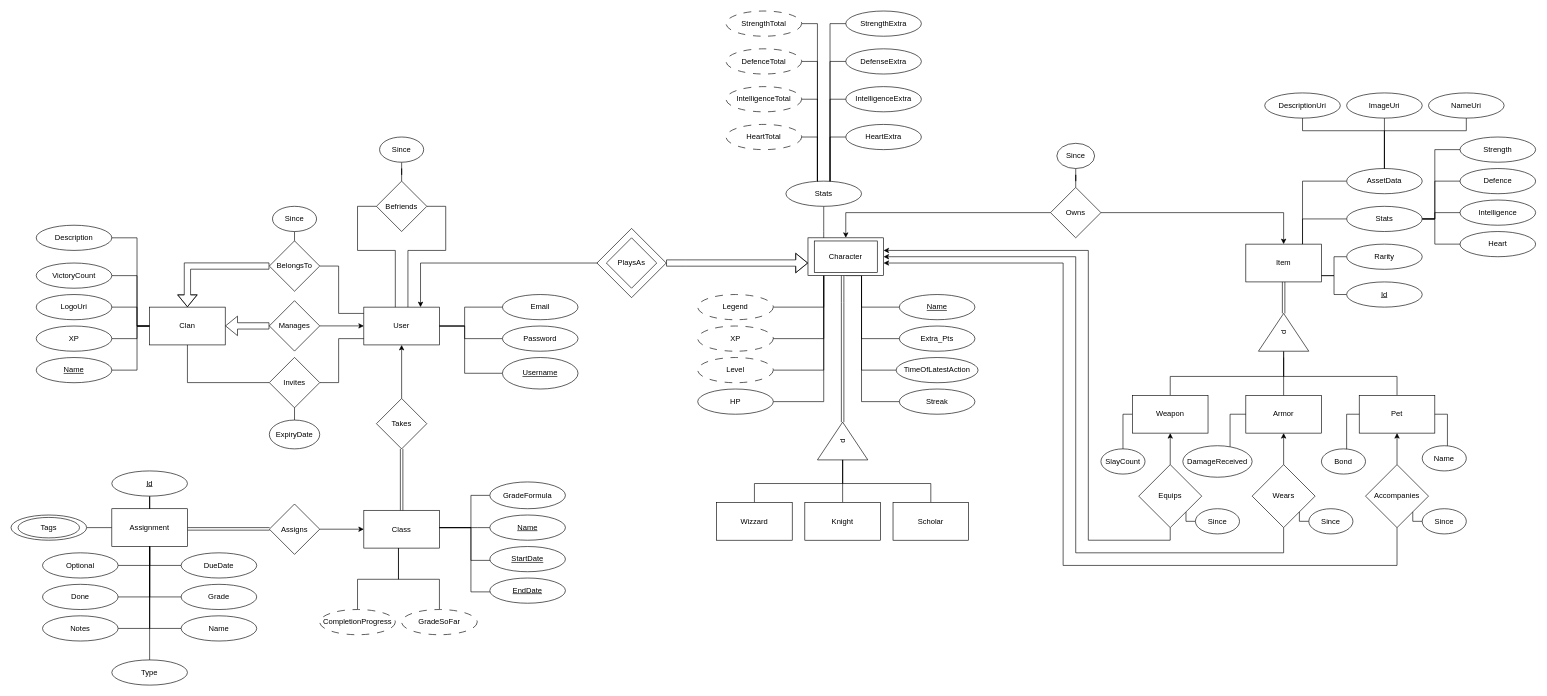
srp-mx/equipo-4-ing-sw keeps this draw.io diagram as page "EntidadRelacion" (1 of 2) of .repo/EntidadRelacion/EntidadRelaciónEstudiantica.drawio. Above is the earlier version. Source tidied: cells renumbered, new cells numbered last; positions are measured from the earlier drawing's top-left corner, leaving out a move shared by most shapes. Both pictures are drawn from the tidied source at 63%, with x=0, y=0 at pixel (11, 11).
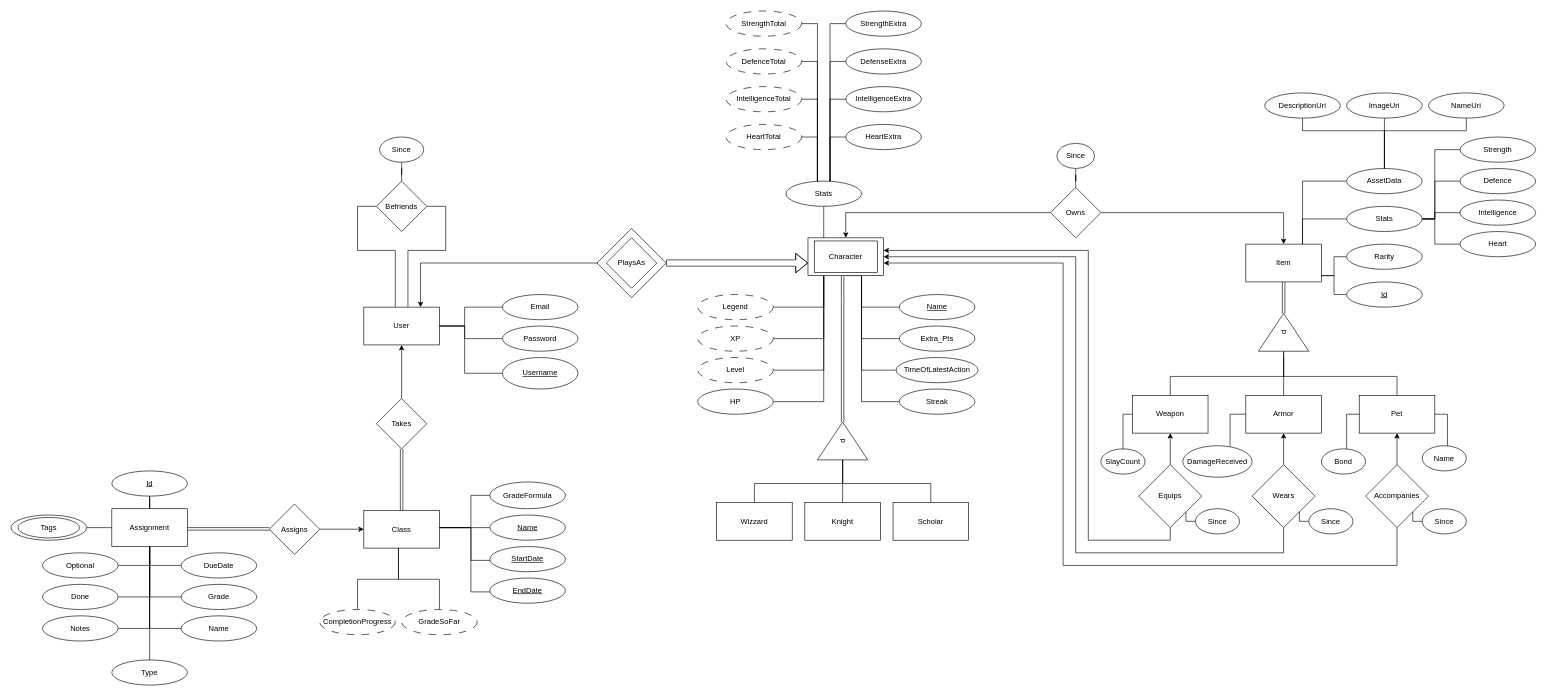
The same diagram, later.

The change refers to these unchanged cells:
```xml
<mxCell id="2" value="User" style="rounded=0;whiteSpace=wrap;html=1;" parent="1" vertex="1">
  <mxGeometry x="560" y="470" width="120" height="60" as="geometry" />
</mxCell>
```

The edit, as a diff of the source:
```diff
@@
-    <mxCell id="14" style="edgeStyle=orthogonalEdgeStyle;rounded=0;jettySize=auto;html=1;endArrow=none;startFill=0;" parent="1" edge="1" source="17" target="63">
-      <mxGeometry relative="1" as="geometry">
-        <Array as="points">
-          <mxPoint x="200" y="500" />
-          <mxPoint x="200" y="570" />
-        </Array>
-      </mxGeometry>
-    </mxCell>
-    <mxCell id="15" style="edgeStyle=orthogonalEdgeStyle;rounded=0;jettySize=auto;html=1;endArrow=none;startFill=0;" parent="1" edge="1" source="17" target="108">
-      <mxGeometry relative="1" as="geometry">
-        <Array as="points">
-          <mxPoint x="200" y="500" />
-          <mxPoint x="200" y="470" />
-        </Array>
-      </mxGeometry>
-    </mxCell>
-    <mxCell id="16" style="edgeStyle=orthogonalEdgeStyle;rounded=0;jettySize=auto;html=1;endArrow=none;startFill=0;" parent="1" edge="1" source="17" target="109">
-      <mxGeometry relative="1" as="geometry">
-        <Array as="points">
-          <mxPoint x="200" y="500" />
-          <mxPoint x="200" y="420" />
-        </Array>
-      </mxGeometry>
-    </mxCell>
-    <mxCell id="17" value="Clan" style="rounded=0;whiteSpace=wrap;html=1;" parent="1" vertex="1">
-      <mxGeometry x="220" y="470" width="120" height="60" as="geometry" />
-    </mxCell>
@@
-    <mxCell id="63" value="&lt;u&gt;Name&lt;/u&gt;" style="ellipse;whiteSpace=wrap;html=1;" parent="1" vertex="1">
-      <mxGeometry x="40" y="550" width="120" height="40" as="geometry" />
-    </mxCell>
-    <mxCell id="64" style="edgeStyle=orthogonalEdgeStyle;rounded=0;jettySize=auto;html=1;endArrow=none;startFill=0;" parent="1" edge="1" source="65" target="17">
-      <mxGeometry relative="1" as="geometry">
-        <Array as="points">
-          <mxPoint x="200" y="520" />
-          <mxPoint x="200" y="500" />
-        </Array>
-      </mxGeometry>
-    </mxCell>
-    <mxCell id="65" value="XP" style="ellipse;whiteSpace=wrap;html=1;" parent="1" vertex="1">
-      <mxGeometry x="40" y="500" width="120" height="40" as="geometry" />
-    </mxCell>
@@
-    <mxCell id="108" value="LogoUri" style="ellipse;whiteSpace=wrap;html=1;" parent="1" vertex="1">
-      <mxGeometry x="40" y="450" width="120" height="40" as="geometry" />
-    </mxCell>
-    <mxCell id="109" value="VictoryCount" style="ellipse;whiteSpace=wrap;html=1;" parent="1" vertex="1">
-      <mxGeometry x="40" y="400" width="120" height="40" as="geometry" />
-    </mxCell>
@@
-    <mxCell id="119" style="edgeStyle=orthogonalEdgeStyle;rounded=0;jettySize=auto;html=1;shape=flexArrow;" parent="1" edge="1" source="122" target="17">
-      <mxGeometry relative="1" as="geometry">
-        <Array as="points">
-          <mxPoint x="280" y="405" />
-        </Array>
-      </mxGeometry>
-    </mxCell>
-    <mxCell id="120" style="edgeStyle=orthogonalEdgeStyle;rounded=0;jettySize=auto;html=1;endArrow=none;startFill=0;" parent="1" edge="1" source="122" target="2">
-      <mxGeometry relative="1" as="geometry">
-        <Array as="points">
-          <mxPoint x="520" y="405" />
-          <mxPoint x="520" y="480" />
-        </Array>
-      </mxGeometry>
-    </mxCell>
-    <mxCell id="121" style="edgeStyle=orthogonalEdgeStyle;rounded=0;jettySize=auto;html=1;endArrow=none;endFill=0;" parent="1" edge="1" source="122" target="160">
-      <mxGeometry relative="1" as="geometry">
-        <Array as="points">
-          <mxPoint x="450" y="349.8" />
-          <mxPoint x="450" y="349.8" />
-        </Array>
-      </mxGeometry>
-    </mxCell>
-    <mxCell id="122" value="BelongsTo" style="rhombus;whiteSpace=wrap;html=1;" parent="1" vertex="1">
-      <mxGeometry x="410" y="364.8" width="80" height="80" as="geometry" />
-    </mxCell>
@@
-    <mxCell id="160" value="Since" style="ellipse;whiteSpace=wrap;html=1;" parent="1" vertex="1">
-      <mxGeometry x="415" y="310" width="70" height="40" as="geometry" />
-    </mxCell>
@@
-    <mxCell id="164" style="edgeStyle=orthogonalEdgeStyle;rounded=0;jettySize=auto;html=1;jumpStyle=arc;jumpSize=16;" parent="1" edge="1" source="165" target="2">
-      <mxGeometry relative="1" as="geometry">
-        <Array as="points">
-          <mxPoint x="540" y="500" />
-          <mxPoint x="540" y="500" />
-        </Array>
-      </mxGeometry>
-    </mxCell>
-    <mxCell id="165" value="Manages" style="rhombus;whiteSpace=wrap;html=1;" parent="1" vertex="1">
-      <mxGeometry x="410" y="459.8" width="80" height="80" as="geometry" />
-    </mxCell>
-    <mxCell id="166" style="edgeStyle=orthogonalEdgeStyle;rounded=0;jettySize=auto;html=1;shape=flexArrow;" parent="1" edge="1" source="165" target="17">
-      <mxGeometry relative="1" as="geometry">
-        <Array as="points">
-          <mxPoint x="320" y="500" />
-        </Array>
-      </mxGeometry>
-    </mxCell>
@@
-    <mxCell id="170" style="edgeStyle=orthogonalEdgeStyle;rounded=0;jettySize=auto;html=1;endArrow=none;endFill=0;" parent="1" edge="1" source="172" target="2">
-      <mxGeometry relative="1" as="geometry">
-        <Array as="points">
-          <mxPoint x="520" y="590" />
-          <mxPoint x="520" y="520" />
-        </Array>
-      </mxGeometry>
-    </mxCell>
-    <mxCell id="171" style="edgeStyle=orthogonalEdgeStyle;rounded=0;jettySize=auto;html=1;endArrow=none;endFill=0;" parent="1" edge="1" source="172" target="17">
-      <mxGeometry relative="1" as="geometry">
-        <Array as="points">
-          <mxPoint x="280" y="590" />
-        </Array>
-      </mxGeometry>
-    </mxCell>
-    <mxCell id="172" value="Invites" style="rhombus;whiteSpace=wrap;html=1;" parent="1" vertex="1">
-      <mxGeometry x="410" y="549.8" width="80" height="80" as="geometry" />
-    </mxCell>
-    <mxCell id="173" style="edgeStyle=orthogonalEdgeStyle;rounded=0;jettySize=auto;html=1;endArrow=none;endFill=0;" parent="1" edge="1" source="174" target="172">
-      <mxGeometry relative="1" as="geometry">
-        <Array as="points">
-          <mxPoint x="450" y="659.8" />
-          <mxPoint x="450" y="659.8" />
-        </Array>
-      </mxGeometry>
-    </mxCell>
-    <mxCell id="174" value="ExpiryDate" style="ellipse;whiteSpace=wrap;html=1;" parent="1" vertex="1">
-      <mxGeometry x="410" y="649.3" width="80" height="45.7" as="geometry" />
-    </mxCell>
@@
-    <mxCell id="183" value="Description" style="ellipse;whiteSpace=wrap;html=1;" parent="1" vertex="1">
-      <mxGeometry x="40" y="340" width="120" height="40" as="geometry" />
-    </mxCell>
-    <mxCell id="184" style="edgeStyle=orthogonalEdgeStyle;rounded=0;jettySize=auto;html=1;endArrow=none;startFill=0;entryX=1;entryY=0.5;entryDx=0;entryDy=0;exitX=0;exitY=0.5;exitDx=0;exitDy=0;" parent="1" edge="1" source="17" target="183">
-      <mxGeometry relative="1" as="geometry">
-        <Array as="points">
-          <mxPoint x="200" y="500" />
-          <mxPoint x="200" y="360" />
-        </Array>
-      </mxGeometry>
-    </mxCell>
```
